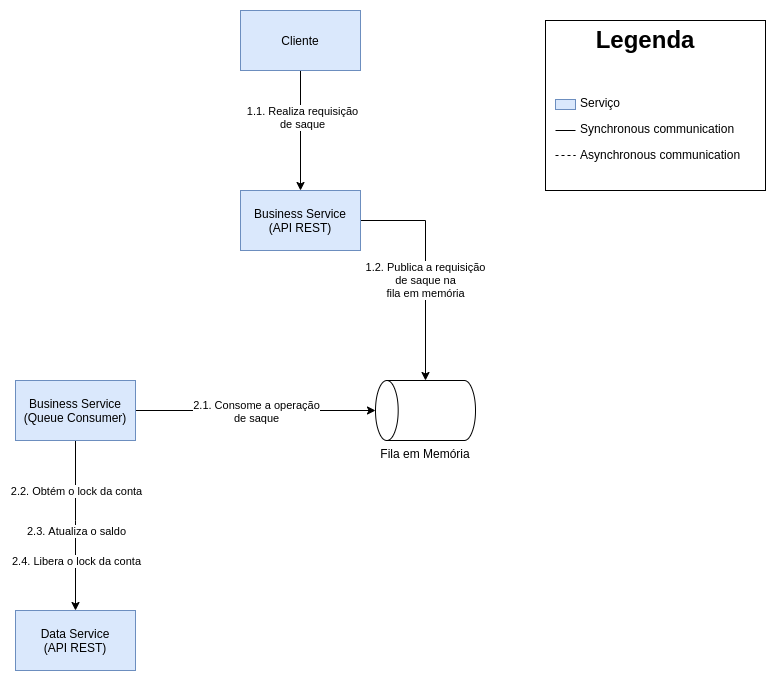
Above: docs/Diagrams-ServidorDeNegocio-Saque.png in eaneto/distributed-bank (draw.io), before the change. Source tidied: cells renumbered, new cells last; positions are measured from the earlier drawing's top-left corner, leaving out a move shared by most shapes.
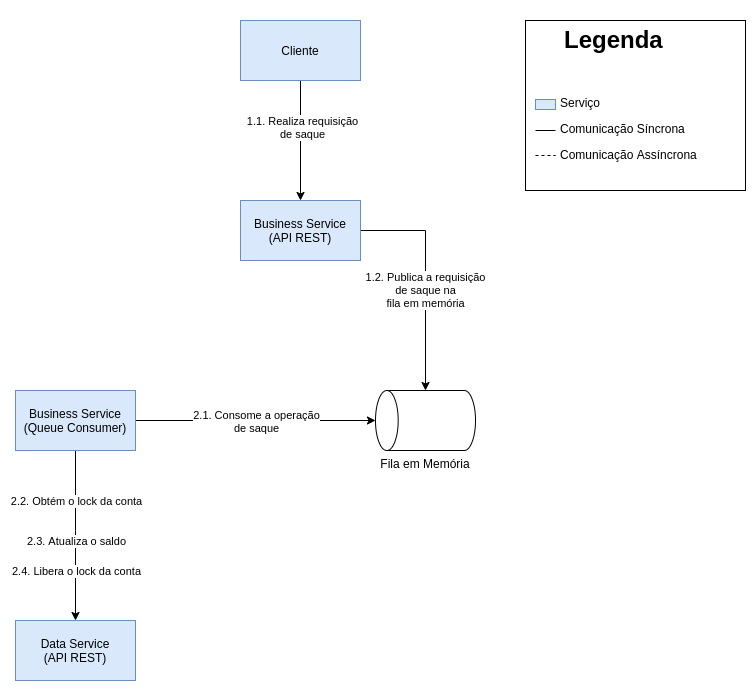
After the commit.

Diff of the diagram source:
```diff
@@ -2,24 +2,6 @@
   <root>
     <mxCell id="0" />
     <mxCell id="1" parent="0" />
-    <mxCell id="2" value="&lt;h1 style=&quot;text-align: center&quot;&gt;Legenda&lt;/h1&gt;&lt;p&gt;&lt;br&gt;&lt;/p&gt;&lt;p&gt;&amp;nbsp; &amp;nbsp; &amp;nbsp; &amp;nbsp; &amp;nbsp;Serviço&lt;/p&gt;&lt;p&gt;&amp;nbsp; &amp;nbsp; &amp;nbsp; &amp;nbsp; &amp;nbsp;Synchronous communication&lt;/p&gt;&lt;p&gt;&amp;nbsp; &amp;nbsp; &amp;nbsp; &amp;nbsp; &amp;nbsp;Asynchronous communication&lt;/p&gt;" style="text;html=1;fillColor=none;spacing=5;spacingTop=-20;whiteSpace=wrap;overflow=hidden;rounded=0;strokeColor=#000000;" parent="1" vertex="1">
-      <mxGeometry x="530" y="10" width="220" height="170" as="geometry" />
-    </mxCell>
-    <mxCell id="3" style="rounded=0;whiteSpace=wrap;html=1;fillColor=#dae8fc;strokeColor=#6c8ebf;" parent="1" vertex="1">
-      <mxGeometry x="540" y="89" width="20" height="10" as="geometry" />
-    </mxCell>
-    <mxCell id="4" style="endArrow=none;html=1;" parent="1" edge="1">
-      <mxGeometry relative="1" as="geometry">
-        <mxPoint x="540" y="120" as="sourcePoint" />
-        <mxPoint x="560" y="120" as="targetPoint" />
-      </mxGeometry>
-    </mxCell>
-    <mxCell id="5" style="endArrow=none;html=1;dashed=1;" parent="1" edge="1">
-      <mxGeometry relative="1" as="geometry">
-        <mxPoint x="540" y="145" as="sourcePoint" />
-        <mxPoint x="560" y="145" as="targetPoint" />
-      </mxGeometry>
-    </mxCell>
     <mxCell id="6" style="edgeStyle=orthogonalEdgeStyle;rounded=0;jettySize=auto;html=1;" parent="1" edge="1" source="8" target="14">
       <mxGeometry relative="1" as="geometry" />
     </mxCell>
@@ -76,5 +58,23 @@
     <mxCell id="20" value="2.4. Libera o lock da conta" style="edgeLabel;html=1;align=center;verticalAlign=middle;" parent="1" vertex="1">
       <mxGeometry x="60" y="550" as="geometry" />
     </mxCell>
+    <mxCell id="21" value="&lt;h1 style=&quot;text-align: center&quot;&gt;Legenda&lt;/h1&gt;&lt;p&gt;&lt;br&gt;&lt;/p&gt;&lt;p&gt;&amp;nbsp; &amp;nbsp; &amp;nbsp; &amp;nbsp; &amp;nbsp;Serviço&lt;/p&gt;&lt;p&gt;&amp;nbsp; &amp;nbsp; &amp;nbsp; &amp;nbsp; &amp;nbsp;Comunicação Síncrona&lt;/p&gt;&lt;p&gt;&amp;nbsp; &amp;nbsp; &amp;nbsp; &amp;nbsp; &amp;nbsp;Comunicação Assíncrona&lt;/p&gt;" style="text;html=1;fillColor=none;spacing=5;spacingTop=-20;whiteSpace=wrap;overflow=hidden;rounded=0;strokeColor=#000000;" parent="1" vertex="1">
+      <mxGeometry x="510" width="220" height="170" as="geometry" />
+    </mxCell>
+    <mxCell id="22" style="rounded=0;whiteSpace=wrap;html=1;fillColor=#dae8fc;strokeColor=#6c8ebf;" parent="1" vertex="1">
+      <mxGeometry x="520" y="79" width="20" height="10" as="geometry" />
+    </mxCell>
+    <mxCell id="23" style="endArrow=none;html=1;" parent="1" edge="1">
+      <mxGeometry relative="1" as="geometry">
+        <mxPoint x="520" y="110" as="sourcePoint" />
+        <mxPoint x="540" y="110" as="targetPoint" />
+      </mxGeometry>
+    </mxCell>
+    <mxCell id="24" style="endArrow=none;html=1;dashed=1;" parent="1" edge="1">
+      <mxGeometry relative="1" as="geometry">
+        <mxPoint x="520" y="135" as="sourcePoint" />
+        <mxPoint x="540" y="135" as="targetPoint" />
+      </mxGeometry>
+    </mxCell>
   </root>
 </mxGraphModel>
```
